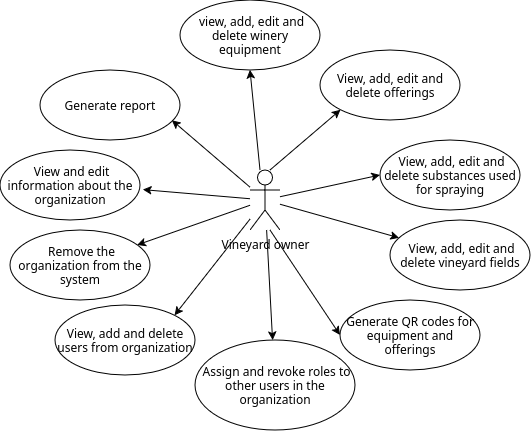
Above: docs/pictures/owner_usecase.png in DooMx3/Inzynierka (draw.io), before the change. Source tidied: cells renumbered, new cells last; positions are measured from the earlier drawing's top-left corner, leaving out a move shared by most shapes. The source it was exported from:
```xml
<mxGraphModel>
  <root>
    <mxCell id="0" />
    <mxCell id="1" parent="0" />
    <mxCell id="2" style="rounded=0;jettySize=auto;html=1;exitX=0.333;exitY=0;exitDx=0;exitDy=0;exitPerimeter=0;entryX=0.5;entryY=1;entryDx=0;entryDy=0;" parent="1" edge="1" source="10" target="16">
      <mxGeometry relative="1" as="geometry" />
    </mxCell>
    <mxCell id="3" style="rounded=0;jettySize=auto;html=1;entryX=0;entryY=1;entryDx=0;entryDy=0;" parent="1" edge="1" target="17">
      <mxGeometry relative="1" as="geometry">
        <mxPoint x="270" y="170" as="sourcePoint" />
      </mxGeometry>
    </mxCell>
    <mxCell id="4" style="rounded=0;jettySize=auto;html=1;entryX=0;entryY=0.5;entryDx=0;entryDy=0;" parent="1" edge="1" source="10" target="15">
      <mxGeometry relative="1" as="geometry" />
    </mxCell>
    <mxCell id="5" style="rounded=0;jettySize=auto;html=1;" parent="1" edge="1" source="10" target="14">
      <mxGeometry relative="1" as="geometry" />
    </mxCell>
    <mxCell id="6" style="rounded=0;jettySize=auto;html=1;entryX=0;entryY=0.5;entryDx=0;entryDy=0;" parent="1" edge="1" target="20">
      <mxGeometry relative="1" as="geometry">
        <mxPoint x="270" y="230" as="sourcePoint" />
      </mxGeometry>
    </mxCell>
    <mxCell id="7" style="rounded=0;jettySize=auto;html=1;" parent="1" edge="1" source="10" target="19">
      <mxGeometry relative="1" as="geometry" />
    </mxCell>
    <mxCell id="8" style="rounded=0;jettySize=auto;html=1;entryX=1;entryY=0;entryDx=0;entryDy=0;" parent="1" edge="1" source="10" target="18">
      <mxGeometry relative="1" as="geometry" />
    </mxCell>
    <mxCell id="9" style="rounded=0;jettySize=auto;html=1;" parent="1" edge="1" source="10" target="13">
      <mxGeometry relative="1" as="geometry" />
    </mxCell>
    <mxCell id="10" value="Vineyard owner" style="shape=umlActor;verticalLabelPosition=bottom;verticalAlign=top;html=1;" parent="1" vertex="1">
      <mxGeometry x="250" y="170" width="30" height="60" as="geometry" />
    </mxCell>
    <mxCell id="11" value="Generate report" style="ellipse;whiteSpace=wrap;html=1;" parent="1" vertex="1">
      <mxGeometry x="40" y="70" width="140" height="70" as="geometry" />
    </mxCell>
    <mxCell id="12" value="&lt;div&gt;&amp;nbsp;View and edit information about the organization&lt;/div&gt;" style="ellipse;whiteSpace=wrap;html=1;" parent="1" vertex="1">
      <mxGeometry y="150" width="140" height="70" as="geometry" />
    </mxCell>
    <mxCell id="13" value="&amp;nbsp;Remove the organization from the system" style="ellipse;whiteSpace=wrap;html=1;" parent="1" vertex="1">
      <mxGeometry x="10" y="230" width="140" height="70" as="geometry" />
    </mxCell>
    <mxCell id="14" value="&amp;nbsp;View, add, edit and delete vineyard fields" style="ellipse;whiteSpace=wrap;html=1;" parent="1" vertex="1">
      <mxGeometry x="390" y="220" width="140" height="70" as="geometry" />
    </mxCell>
    <mxCell id="15" value="&amp;nbsp;View, add, edit and delete substances used for spraying" style="ellipse;whiteSpace=wrap;html=1;" parent="1" vertex="1">
      <mxGeometry x="380" y="140" width="140" height="70" as="geometry" />
    </mxCell>
    <mxCell id="16" value="&amp;nbsp;view, add, edit and delete winery equipment" style="ellipse;whiteSpace=wrap;html=1;" parent="1" vertex="1">
      <mxGeometry x="180" width="140" height="70" as="geometry" />
    </mxCell>
    <mxCell id="17" value="View, add, edit and delete offerings" style="ellipse;whiteSpace=wrap;html=1;" parent="1" vertex="1">
      <mxGeometry x="320" y="50" width="140" height="70" as="geometry" />
    </mxCell>
    <mxCell id="18" value="View, add and delete users from organization" style="ellipse;whiteSpace=wrap;html=1;" parent="1" vertex="1">
      <mxGeometry x="55" y="305" width="140" height="70" as="geometry" />
    </mxCell>
    <mxCell id="19" value="&amp;nbsp;Assign and revoke roles to other users in the organization" style="ellipse;whiteSpace=wrap;html=1;" parent="1" vertex="1">
      <mxGeometry x="195" y="340" width="160" height="90" as="geometry" />
    </mxCell>
    <mxCell id="20" value="Generate QR codes for equipment and offerings" style="ellipse;whiteSpace=wrap;html=1;" parent="1" vertex="1">
      <mxGeometry x="340" y="300" width="140" height="70" as="geometry" />
    </mxCell>
    <mxCell id="21" style="rounded=0;jettySize=auto;html=1;entryX=1.02;entryY=0.566;entryDx=0;entryDy=0;entryPerimeter=0;" parent="1" edge="1" source="10" target="12">
      <mxGeometry relative="1" as="geometry" />
    </mxCell>
    <mxCell id="22" style="rounded=0;jettySize=auto;html=1;entryX=0.943;entryY=0.719;entryDx=0;entryDy=0;entryPerimeter=0;" parent="1" edge="1" source="10" target="11">
      <mxGeometry relative="1" as="geometry" />
    </mxCell>
  </root>
</mxGraphModel>
```
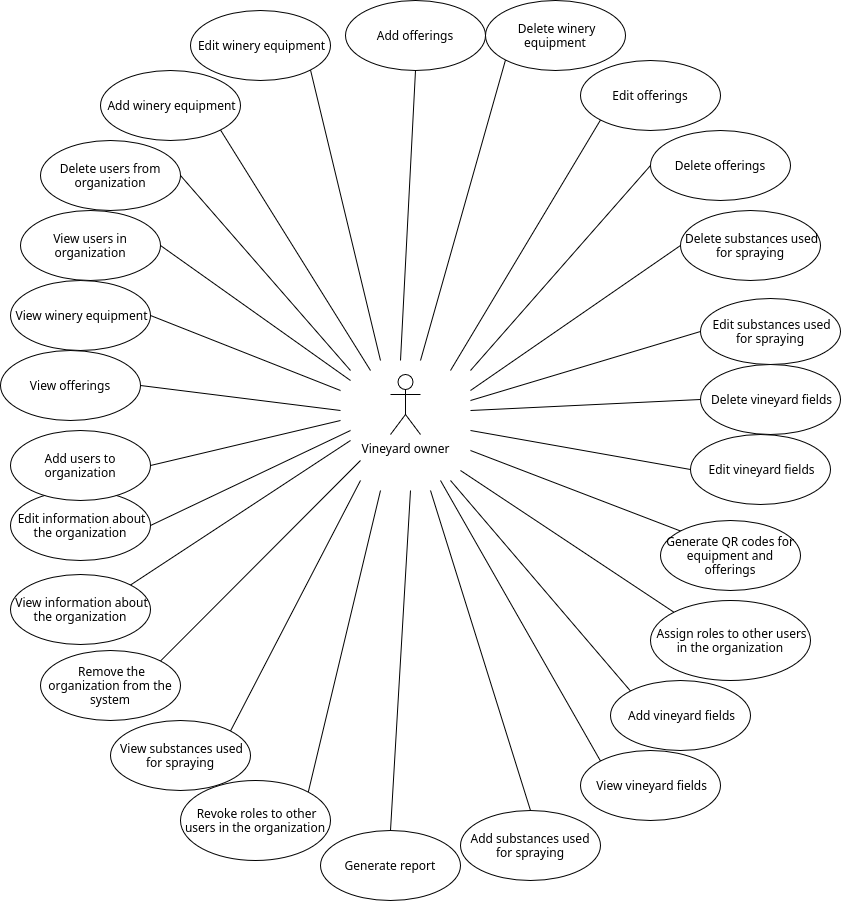
The same diagram one commit later.

Commit message:
IN-349: fix use cases

Diff of the diagram source:
```diff
@@ -2,72 +2,216 @@
   <root>
     <mxCell id="0" />
     <mxCell id="1" parent="0" />
-    <mxCell id="2" style="rounded=0;jettySize=auto;html=1;exitX=0.333;exitY=0;exitDx=0;exitDy=0;exitPerimeter=0;entryX=0.5;entryY=1;entryDx=0;entryDy=0;" parent="1" edge="1" source="10" target="16">
-      <mxGeometry relative="1" as="geometry" />
-    </mxCell>
-    <mxCell id="3" style="rounded=0;jettySize=auto;html=1;entryX=0;entryY=1;entryDx=0;entryDy=0;" parent="1" edge="1" target="17">
-      <mxGeometry relative="1" as="geometry">
-        <mxPoint x="270" y="170" as="sourcePoint" />
-      </mxGeometry>
-    </mxCell>
-    <mxCell id="4" style="rounded=0;jettySize=auto;html=1;entryX=0;entryY=0.5;entryDx=0;entryDy=0;" parent="1" edge="1" source="10" target="15">
-      <mxGeometry relative="1" as="geometry" />
-    </mxCell>
-    <mxCell id="5" style="rounded=0;jettySize=auto;html=1;" parent="1" edge="1" source="10" target="14">
-      <mxGeometry relative="1" as="geometry" />
-    </mxCell>
-    <mxCell id="6" style="rounded=0;jettySize=auto;html=1;entryX=0;entryY=0.5;entryDx=0;entryDy=0;" parent="1" edge="1" target="20">
-      <mxGeometry relative="1" as="geometry">
-        <mxPoint x="270" y="230" as="sourcePoint" />
-      </mxGeometry>
-    </mxCell>
-    <mxCell id="7" style="rounded=0;jettySize=auto;html=1;" parent="1" edge="1" source="10" target="19">
-      <mxGeometry relative="1" as="geometry" />
-    </mxCell>
-    <mxCell id="8" style="rounded=0;jettySize=auto;html=1;entryX=1;entryY=0;entryDx=0;entryDy=0;" parent="1" edge="1" source="10" target="18">
-      <mxGeometry relative="1" as="geometry" />
-    </mxCell>
-    <mxCell id="9" style="rounded=0;jettySize=auto;html=1;" parent="1" edge="1" source="10" target="13">
-      <mxGeometry relative="1" as="geometry" />
-    </mxCell>
     <mxCell id="10" value="Vineyard owner" style="shape=umlActor;verticalLabelPosition=bottom;verticalAlign=top;html=1;" parent="1" vertex="1">
-      <mxGeometry x="250" y="170" width="30" height="60" as="geometry" />
+      <mxGeometry x="410" y="244" width="30" height="60" as="geometry" />
     </mxCell>
+    <mxCell id="23" style="rounded=0;jettySize=auto;html=1;exitX=0.5;exitY=0;exitDx=0;exitDy=0;endArrow=none;endFill=0;startArrow=none;startFill=0;" parent="1" edge="1" source="11">
+      <mxGeometry relative="1" as="geometry">
+        <mxPoint x="430" y="360" as="targetPoint" />
+      </mxGeometry>
+    </mxCell>
     <mxCell id="11" value="Generate report" style="ellipse;whiteSpace=wrap;html=1;" parent="1" vertex="1">
-      <mxGeometry x="40" y="70" width="140" height="70" as="geometry" />
+      <mxGeometry x="340" y="700" width="140" height="70" as="geometry" />
     </mxCell>
+    <mxCell id="24" style="edgeStyle=none;rounded=0;jettySize=auto;html=1;exitX=1;exitY=0.5;exitDx=0;exitDy=0;endArrow=none;endFill=0;startArrow=none;startFill=0;" parent="1" edge="1" source="12">
+      <mxGeometry relative="1" as="geometry">
+        <mxPoint x="370" y="300" as="targetPoint" />
+      </mxGeometry>
+    </mxCell>
-    <mxCell id="12" value="&lt;div&gt;&amp;nbsp;View and edit information about the organization&lt;/div&gt;" style="ellipse;whiteSpace=wrap;html=1;" parent="1" vertex="1">
-      <mxGeometry y="150" width="140" height="70" as="geometry" />
+    <mxCell id="12" value="&lt;div&gt;&amp;nbsp;Edit information about the organization&lt;/div&gt;" style="ellipse;whiteSpace=wrap;html=1;" parent="1" vertex="1">
+      <mxGeometry x="30" y="360" width="140" height="70" as="geometry" />
     </mxCell>
+    <mxCell id="25" style="edgeStyle=none;rounded=0;jettySize=auto;html=1;exitX=1;exitY=0;exitDx=0;exitDy=0;endArrow=none;endFill=0;startArrow=none;startFill=0;" parent="1" edge="1" source="13">
+      <mxGeometry relative="1" as="geometry">
+        <mxPoint x="380" y="330" as="targetPoint" />
+      </mxGeometry>
+    </mxCell>
     <mxCell id="13" value="&amp;nbsp;Remove the organization from the system" style="ellipse;whiteSpace=wrap;html=1;" parent="1" vertex="1">
-      <mxGeometry x="10" y="230" width="140" height="70" as="geometry" />
+      <mxGeometry x="60" y="520" width="140" height="70" as="geometry" />
     </mxCell>
+    <mxCell id="26" style="edgeStyle=none;rounded=0;jettySize=auto;html=1;exitX=0;exitY=0;exitDx=0;exitDy=0;endArrow=none;endFill=0;startArrow=none;startFill=0;" parent="1" edge="1" source="14">
+      <mxGeometry relative="1" as="geometry">
+        <mxPoint x="460" y="350" as="targetPoint" />
+      </mxGeometry>
+    </mxCell>
-    <mxCell id="14" value="&amp;nbsp;View, add, edit and delete vineyard fields" style="ellipse;whiteSpace=wrap;html=1;" parent="1" vertex="1">
-      <mxGeometry x="390" y="220" width="140" height="70" as="geometry" />
+    <mxCell id="14" value="&amp;nbsp;View vineyard fields" style="ellipse;whiteSpace=wrap;html=1;" parent="1" vertex="1">
+      <mxGeometry x="600" y="620" width="140" height="70" as="geometry" />
     </mxCell>
+    <mxCell id="27" style="edgeStyle=none;rounded=0;jettySize=auto;html=1;exitX=1;exitY=0;exitDx=0;exitDy=0;endArrow=none;endFill=0;startArrow=none;startFill=0;" parent="1" edge="1" source="15">
+      <mxGeometry relative="1" as="geometry">
+        <mxPoint x="380" y="350" as="targetPoint" />
+      </mxGeometry>
+    </mxCell>
-    <mxCell id="15" value="&amp;nbsp;View, add, edit and delete substances used for spraying" style="ellipse;whiteSpace=wrap;html=1;" parent="1" vertex="1">
-      <mxGeometry x="380" y="140" width="140" height="70" as="geometry" />
+    <mxCell id="15" value="&amp;nbsp;View substances used for spraying" style="ellipse;whiteSpace=wrap;html=1;" parent="1" vertex="1">
+      <mxGeometry x="130" y="590" width="140" height="70" as="geometry" />
     </mxCell>
+    <mxCell id="28" style="edgeStyle=none;rounded=0;jettySize=auto;html=1;exitX=1;exitY=0.5;exitDx=0;exitDy=0;endArrow=none;endFill=0;startArrow=none;startFill=0;" parent="1" edge="1" source="16">
+      <mxGeometry relative="1" as="geometry">
+        <mxPoint x="360" y="260" as="targetPoint" />
+      </mxGeometry>
+    </mxCell>
-    <mxCell id="16" value="&amp;nbsp;view, add, edit and delete winery equipment" style="ellipse;whiteSpace=wrap;html=1;" parent="1" vertex="1">
-      <mxGeometry x="180" width="140" height="70" as="geometry" />
+    <mxCell id="16" value="&amp;nbsp;View winery equipment" style="ellipse;whiteSpace=wrap;html=1;" parent="1" vertex="1">
+      <mxGeometry x="30" y="150" width="140" height="70" as="geometry" />
     </mxCell>
+    <mxCell id="29" style="edgeStyle=none;rounded=0;jettySize=auto;html=1;exitX=1;exitY=0.5;exitDx=0;exitDy=0;endArrow=none;endFill=0;startArrow=none;startFill=0;" parent="1" edge="1" source="17">
+      <mxGeometry relative="1" as="geometry">
+        <mxPoint x="360" y="280" as="targetPoint" />
+      </mxGeometry>
+    </mxCell>
-    <mxCell id="17" value="View, add, edit and delete offerings" style="ellipse;whiteSpace=wrap;html=1;" parent="1" vertex="1">
-      <mxGeometry x="320" y="50" width="140" height="70" as="geometry" />
+    <mxCell id="17" value="View offerings" style="ellipse;whiteSpace=wrap;html=1;" parent="1" vertex="1">
+      <mxGeometry x="20" y="220" width="140" height="70" as="geometry" />
     </mxCell>
+    <mxCell id="30" style="edgeStyle=none;rounded=0;jettySize=auto;html=1;exitX=1;exitY=0.5;exitDx=0;exitDy=0;endArrow=none;endFill=0;startArrow=none;startFill=0;" parent="1" edge="1" source="18">
+      <mxGeometry relative="1" as="geometry">
+        <mxPoint x="370" y="250" as="targetPoint" />
+      </mxGeometry>
+    </mxCell>
-    <mxCell id="18" value="View, add and delete users from organization" style="ellipse;whiteSpace=wrap;html=1;" parent="1" vertex="1">
-      <mxGeometry x="55" y="305" width="140" height="70" as="geometry" />
+    <mxCell id="18" value="View users in organization" style="ellipse;whiteSpace=wrap;html=1;" parent="1" vertex="1">
+      <mxGeometry x="40" y="80" width="140" height="70" as="geometry" />
     </mxCell>
+    <mxCell id="31" style="edgeStyle=none;rounded=0;jettySize=auto;html=1;exitX=1;exitY=0;exitDx=0;exitDy=0;endArrow=none;endFill=0;startArrow=none;startFill=0;" parent="1" edge="1" source="19">
+      <mxGeometry relative="1" as="geometry">
+        <mxPoint x="400" y="360" as="targetPoint" />
+      </mxGeometry>
+    </mxCell>
-    <mxCell id="19" value="&amp;nbsp;Assign and revoke roles to other users in the organization" style="ellipse;whiteSpace=wrap;html=1;" parent="1" vertex="1">
-      <mxGeometry x="195" y="340" width="160" height="90" as="geometry" />
+    <mxCell id="19" value="&amp;nbsp;Revoke roles to other users in the organization" style="ellipse;whiteSpace=wrap;html=1;" parent="1" vertex="1">
+      <mxGeometry x="200" y="650" width="150" height="80" as="geometry" />
     </mxCell>
+    <mxCell id="32" style="edgeStyle=none;rounded=0;jettySize=auto;html=1;exitX=0;exitY=0;exitDx=0;exitDy=0;endArrow=none;endFill=0;startArrow=none;startFill=0;" parent="1" edge="1" source="20">
+      <mxGeometry relative="1" as="geometry">
+        <mxPoint x="490" y="320" as="targetPoint" />
+      </mxGeometry>
+    </mxCell>
     <mxCell id="20" value="Generate QR codes for equipment and offerings" style="ellipse;whiteSpace=wrap;html=1;" parent="1" vertex="1">
-      <mxGeometry x="340" y="300" width="140" height="70" as="geometry" />
+      <mxGeometry x="680" y="390" width="140" height="70" as="geometry" />
     </mxCell>
-    <mxCell id="21" style="rounded=0;jettySize=auto;html=1;entryX=1.02;entryY=0.566;entryDx=0;entryDy=0;entryPerimeter=0;" parent="1" edge="1" source="10" target="12">
-      <mxGeometry relative="1" as="geometry" />
-    </mxCell>
-    <mxCell id="22" style="rounded=0;jettySize=auto;html=1;entryX=0.943;entryY=0.719;entryDx=0;entryDy=0;entryPerimeter=0;" parent="1" edge="1" source="10" target="11">
-      <mxGeometry relative="1" as="geometry" />
-    </mxCell>
+    <mxCell id="33" style="edgeStyle=none;rounded=0;jettySize=auto;html=1;exitX=0;exitY=0;exitDx=0;exitDy=0;endArrow=none;endFill=0;startArrow=none;startFill=0;" parent="1" edge="1" source="34">
+      <mxGeometry relative="1" as="geometry">
+        <mxPoint x="480" y="340" as="targetPoint" />
+      </mxGeometry>
+    </mxCell>
+    <mxCell id="34" value="&lt;div&gt;&amp;nbsp;Assign roles to other users in the organization&lt;/div&gt;" style="ellipse;whiteSpace=wrap;html=1;" parent="1" vertex="1">
+      <mxGeometry x="670" y="470" width="160" height="80" as="geometry" />
+    </mxCell>
+    <mxCell id="35" style="edgeStyle=none;rounded=0;jettySize=auto;html=1;exitX=1;exitY=0;exitDx=0;exitDy=0;endArrow=none;endFill=0;startArrow=none;startFill=0;" parent="1" edge="1" source="36">
+      <mxGeometry relative="1" as="geometry">
+        <mxPoint x="370" y="310" as="targetPoint" />
+      </mxGeometry>
+    </mxCell>
+    <mxCell id="36" value="&lt;div&gt;&amp;nbsp;View&amp;nbsp;information about the organization&lt;/div&gt;" style="ellipse;whiteSpace=wrap;html=1;" parent="1" vertex="1">
+      <mxGeometry x="30" y="444" width="140" height="70" as="geometry" />
+    </mxCell>
+    <mxCell id="37" style="edgeStyle=none;rounded=0;jettySize=auto;html=1;exitX=1;exitY=0.5;exitDx=0;exitDy=0;endArrow=none;endFill=0;startArrow=none;startFill=0;" parent="1" edge="1" source="38">
+      <mxGeometry relative="1" as="geometry">
+        <mxPoint x="360" y="290" as="targetPoint" />
+      </mxGeometry>
+    </mxCell>
+    <mxCell id="38" value="Add users to organization" style="ellipse;whiteSpace=wrap;html=1;" parent="1" vertex="1">
+      <mxGeometry x="30" y="300" width="140" height="70" as="geometry" />
+    </mxCell>
+    <mxCell id="39" style="edgeStyle=none;rounded=0;jettySize=auto;html=1;exitX=1;exitY=0.5;exitDx=0;exitDy=0;endArrow=none;endFill=0;startArrow=none;startFill=0;" parent="1" edge="1" source="40">
+      <mxGeometry relative="1" as="geometry">
+        <mxPoint x="370" y="240" as="targetPoint" />
+      </mxGeometry>
+    </mxCell>
+    <mxCell id="40" value="Delete users from organization" style="ellipse;whiteSpace=wrap;html=1;" parent="1" vertex="1">
+      <mxGeometry x="60" y="10" width="140" height="70" as="geometry" />
+    </mxCell>
+    <mxCell id="41" style="edgeStyle=none;rounded=0;jettySize=auto;html=1;exitX=0;exitY=1;exitDx=0;exitDy=0;endArrow=none;endFill=0;startArrow=none;startFill=0;" parent="1" edge="1" source="42">
+      <mxGeometry relative="1" as="geometry">
+        <mxPoint x="440" y="230" as="targetPoint" />
+      </mxGeometry>
+    </mxCell>
+    <mxCell id="42" value="&amp;nbsp;Delete winery equipment" style="ellipse;whiteSpace=wrap;html=1;" parent="1" vertex="1">
+      <mxGeometry x="505" y="-130" width="140" height="70" as="geometry" />
+    </mxCell>
+    <mxCell id="43" style="edgeStyle=none;rounded=0;jettySize=auto;html=1;exitX=1;exitY=1;exitDx=0;exitDy=0;endArrow=none;endFill=0;startArrow=none;startFill=0;" parent="1" edge="1" source="44">
+      <mxGeometry relative="1" as="geometry">
+        <mxPoint x="400" y="230" as="targetPoint" />
+      </mxGeometry>
+    </mxCell>
+    <mxCell id="44" value="&amp;nbsp;Edit winery equipment" style="ellipse;whiteSpace=wrap;html=1;" parent="1" vertex="1">
+      <mxGeometry x="210" y="-120" width="140" height="70" as="geometry" />
+    </mxCell>
+    <mxCell id="45" style="edgeStyle=none;rounded=0;jettySize=auto;html=1;exitX=1;exitY=1;exitDx=0;exitDy=0;endArrow=none;endFill=0;startArrow=none;startFill=0;" parent="1" edge="1" source="46">
+      <mxGeometry relative="1" as="geometry">
+        <mxPoint x="390" y="240" as="targetPoint" />
+      </mxGeometry>
+    </mxCell>
+    <mxCell id="46" value="&amp;nbsp;Add winery equipment" style="ellipse;whiteSpace=wrap;html=1;" parent="1" vertex="1">
+      <mxGeometry x="120" y="-60" width="140" height="70" as="geometry" />
+    </mxCell>
+    <mxCell id="47" style="edgeStyle=none;rounded=0;jettySize=auto;html=1;exitX=0;exitY=1;exitDx=0;exitDy=0;endArrow=none;endFill=0;startArrow=none;startFill=0;" parent="1" edge="1" source="48">
+      <mxGeometry relative="1" as="geometry">
+        <mxPoint x="470" y="240" as="targetPoint" />
+      </mxGeometry>
+    </mxCell>
+    <mxCell id="48" value="Edit offerings" style="ellipse;whiteSpace=wrap;html=1;" parent="1" vertex="1">
+      <mxGeometry x="600" y="-70" width="140" height="70" as="geometry" />
+    </mxCell>
+    <mxCell id="49" style="edgeStyle=none;rounded=0;jettySize=auto;html=1;exitX=0.5;exitY=1;exitDx=0;exitDy=0;endArrow=none;endFill=0;startArrow=none;startFill=0;" parent="1" edge="1" source="50">
+      <mxGeometry relative="1" as="geometry">
+        <mxPoint x="420" y="230" as="targetPoint" />
+      </mxGeometry>
+    </mxCell>
+    <mxCell id="50" value="Add offerings" style="ellipse;whiteSpace=wrap;html=1;" parent="1" vertex="1">
+      <mxGeometry x="365" y="-130" width="140" height="70" as="geometry" />
+    </mxCell>
+    <mxCell id="51" style="edgeStyle=none;rounded=0;jettySize=auto;html=1;exitX=0;exitY=0.5;exitDx=0;exitDy=0;endArrow=none;endFill=0;startArrow=none;startFill=0;" parent="1" edge="1" source="52">
+      <mxGeometry relative="1" as="geometry">
+        <mxPoint x="490" y="240" as="targetPoint" />
+      </mxGeometry>
+    </mxCell>
+    <mxCell id="52" value="Delete offerings" style="ellipse;whiteSpace=wrap;html=1;" parent="1" vertex="1">
+      <mxGeometry x="670" width="140" height="70" as="geometry" />
+    </mxCell>
+    <mxCell id="53" style="edgeStyle=none;rounded=0;jettySize=auto;html=1;exitX=0;exitY=0;exitDx=0;exitDy=0;endArrow=none;endFill=0;startArrow=none;startFill=0;" parent="1" edge="1" source="54">
+      <mxGeometry relative="1" as="geometry">
+        <mxPoint x="470" y="350" as="targetPoint" />
+      </mxGeometry>
+    </mxCell>
+    <mxCell id="54" value="&amp;nbsp;Add vineyard fields" style="ellipse;whiteSpace=wrap;html=1;" parent="1" vertex="1">
+      <mxGeometry x="630" y="550" width="140" height="70" as="geometry" />
+    </mxCell>
+    <mxCell id="55" style="edgeStyle=none;rounded=0;jettySize=auto;html=1;exitX=0;exitY=0.5;exitDx=0;exitDy=0;endArrow=none;endFill=0;startArrow=none;startFill=0;" parent="1" edge="1" source="56">
+      <mxGeometry relative="1" as="geometry">
+        <mxPoint x="490" y="280" as="targetPoint" />
+      </mxGeometry>
+    </mxCell>
+    <mxCell id="56" value="&amp;nbsp;Delete vineyard fields" style="ellipse;whiteSpace=wrap;html=1;" parent="1" vertex="1">
+      <mxGeometry x="720" y="234" width="140" height="70" as="geometry" />
+    </mxCell>
+    <mxCell id="57" style="edgeStyle=none;rounded=0;jettySize=auto;html=1;exitX=0;exitY=0.5;exitDx=0;exitDy=0;endArrow=none;endFill=0;startArrow=none;startFill=0;" parent="1" edge="1" source="58">
+      <mxGeometry relative="1" as="geometry">
+        <mxPoint x="490" y="300" as="targetPoint" />
+      </mxGeometry>
+    </mxCell>
+    <mxCell id="58" value="&amp;nbsp;Edit vineyard fields" style="ellipse;whiteSpace=wrap;html=1;" parent="1" vertex="1">
+      <mxGeometry x="710" y="304" width="140" height="70" as="geometry" />
+    </mxCell>
+    <mxCell id="59" style="edgeStyle=none;rounded=0;jettySize=auto;html=1;exitX=0;exitY=0.5;exitDx=0;exitDy=0;endArrow=none;endFill=0;startArrow=none;startFill=0;" parent="1" edge="1" source="60">
+      <mxGeometry relative="1" as="geometry">
+        <mxPoint x="490" y="260" as="targetPoint" />
+      </mxGeometry>
+    </mxCell>
+    <mxCell id="60" value="&amp;nbsp;Delete substances used for spraying" style="ellipse;whiteSpace=wrap;html=1;" parent="1" vertex="1">
+      <mxGeometry x="700" y="80" width="140" height="70" as="geometry" />
+    </mxCell>
+    <mxCell id="61" style="edgeStyle=none;rounded=0;jettySize=auto;html=1;exitX=0.5;exitY=0;exitDx=0;exitDy=0;endArrow=none;endFill=0;startArrow=none;startFill=0;" parent="1" edge="1" source="62">
+      <mxGeometry relative="1" as="geometry">
+        <mxPoint x="450" y="360" as="targetPoint" />
+      </mxGeometry>
+    </mxCell>
+    <mxCell id="62" value="Add substances used for spraying" style="ellipse;whiteSpace=wrap;html=1;" parent="1" vertex="1">
+      <mxGeometry x="480" y="680" width="140" height="70" as="geometry" />
+    </mxCell>
+    <mxCell id="63" style="edgeStyle=none;rounded=0;jettySize=auto;html=1;exitX=0;exitY=0.5;exitDx=0;exitDy=0;endArrow=none;endFill=0;startArrow=none;startFill=0;" parent="1" edge="1" source="64">
+      <mxGeometry relative="1" as="geometry">
+        <mxPoint x="490" y="270" as="targetPoint" />
+      </mxGeometry>
+    </mxCell>
+    <mxCell id="64" value="&amp;nbsp;Edit substances used for spraying" style="ellipse;whiteSpace=wrap;html=1;" parent="1" vertex="1">
+      <mxGeometry x="720" y="168" width="140" height="66" as="geometry" />
+    </mxCell>
   </root>
 </mxGraphModel>
```
